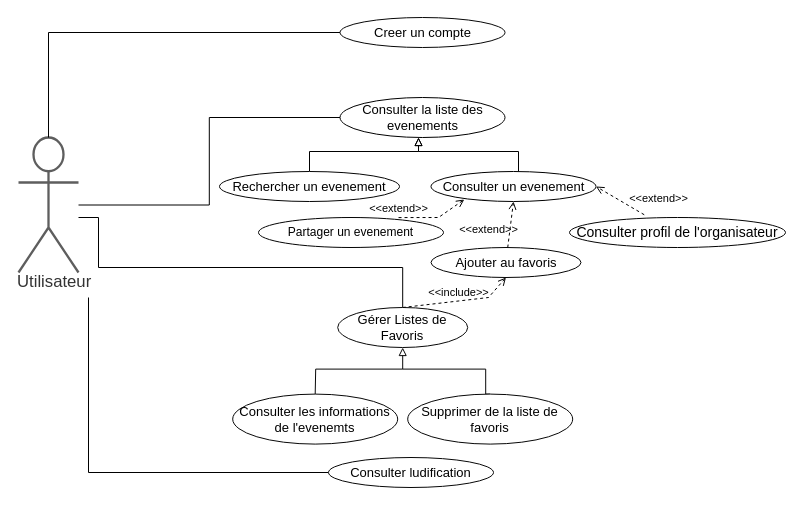
The draw.io diagram Diagram de cas utilisation/1-Utilisateur_VF.drawio in mohamedimem/event-, before the edit. Source tidied: cells renumbered, new cells numbered last; positions are measured from the earlier drawing's top-left corner, leaving out a move shared by most shapes. Both pictures are drawn from the tidied source at 100%, with x=0, y=0 at pixel (18, 17).
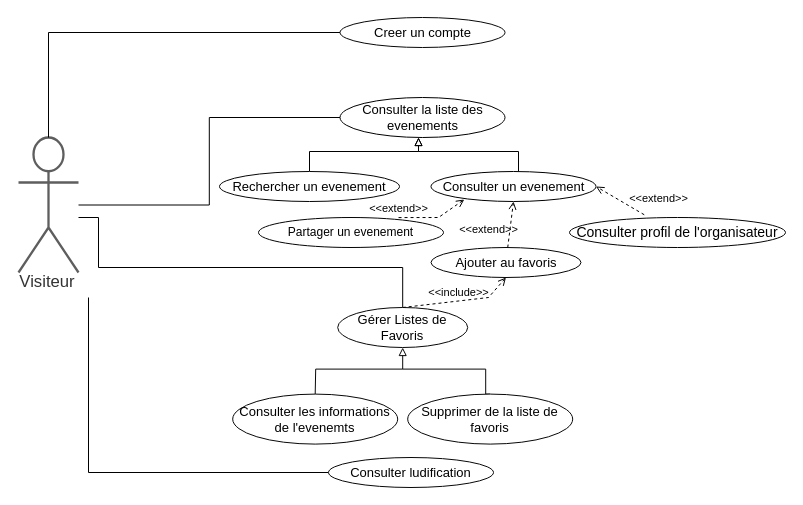
Above is the later version.

Commit message:
Mettre à jour 1-Visiteur_VF.drawio

What changed in the source:
```diff
@@
-    <mxCell id="2" value="Utilisateur" style="html=1;overflow=block;blockSpacing=1;shape=umlActor;labelPosition=center;verticalLabelPosition=bottom;verticalAlign=top;whiteSpace=nowrap;fontSize=16.7;fontColor=#333333;align=center;spacing=0;strokeColor=#5e5e5e;strokeOpacity=100;rounded=1;absoluteArcSize=1;arcSize=9;strokeWidth=2.3;lucidId=8mitzC-ZQj-q;" parent="1" vertex="1">
+    <mxCell id="2" value="Visiteur" style="html=1;overflow=block;blockSpacing=1;shape=umlActor;labelPosition=center;verticalLabelPosition=bottom;verticalAlign=top;whiteSpace=nowrap;fontSize=16.7;fontColor=#333333;align=center;spacing=0;strokeColor=#5e5e5e;strokeOpacity=100;rounded=1;absoluteArcSize=1;arcSize=9;strokeWidth=2.3;lucidId=8mitzC-ZQj-q;" parent="1" vertex="1">
       <mxGeometry y="120" width="60" height="135" as="geometry" />
     </mxCell>
```
